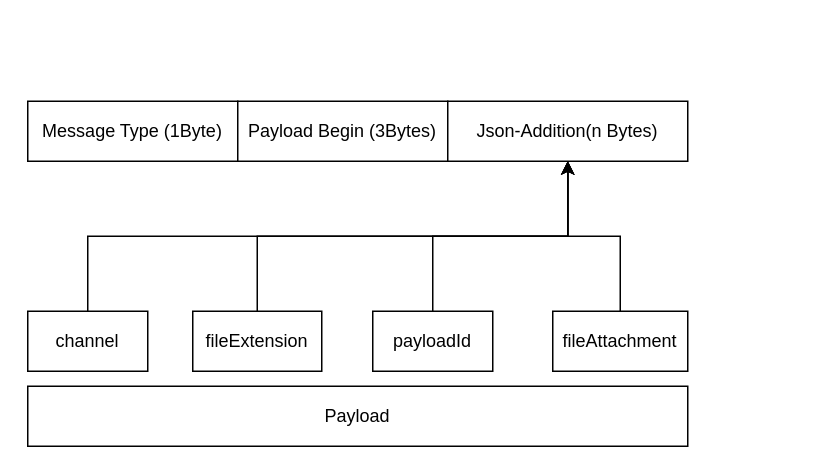
Earlier version of the draw.io diagram Diagramme/NeConMessage.drawio (zettime/Nearfly-Android). Source tidied: cells renumbered, new cells numbered last; positions are measured from the earlier drawing's top-left corner, leaving out a move shared by most shapes. Both pictures are drawn from the tidied source at 150%, with x=0, y=0 at pixel (27, 100).
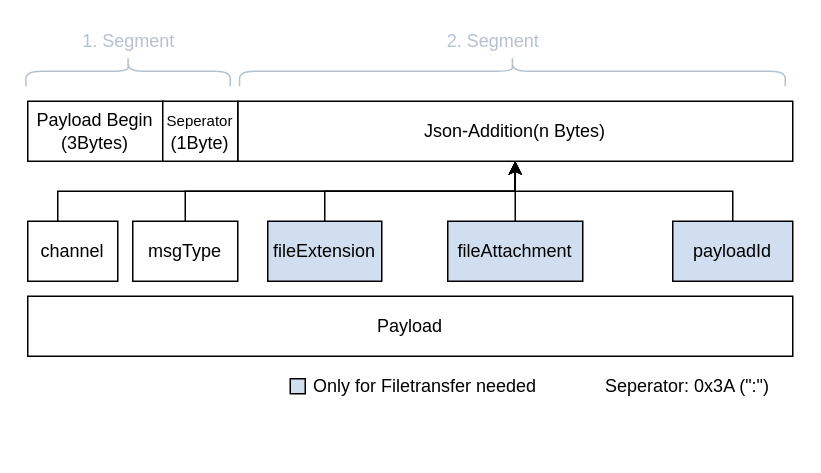
Above is the later version.

What changed in the source:
```diff
@@
     <mxCell id="2" style="edgeStyle=orthogonalEdgeStyle;rounded=0;orthogonalLoop=1;jettySize=auto;html=1;exitX=0.5;exitY=1;exitDx=0;exitDy=0;strokeColor=#000000;" parent="1" edge="1">
       <mxGeometry relative="1" as="geometry">
-        <mxPoint x="214" y="140" as="sourcePoint" />
-        <mxPoint x="214" y="140" as="targetPoint" />
+        <mxPoint x="214" y="80" as="sourcePoint" />
+        <mxPoint x="214" y="80" as="targetPoint" />
       </mxGeometry>
     </mxCell>
-    <mxCell id="3" value="Message Type (1Byte)" style="rounded=0;whiteSpace=wrap;html=1;strokeColor=#000000;" parent="1" vertex="1">
-      <mxGeometry width="140" height="40" as="geometry" />
-    </mxCell>
     <mxCell id="4" value="Payload Begin (3Bytes)" style="rounded=0;whiteSpace=wrap;html=1;strokeColor=#000000;" parent="1" vertex="1">
-      <mxGeometry x="140" width="140" height="40" as="geometry" />
+      <mxGeometry width="90" height="40" as="geometry" />
     </mxCell>
     <mxCell id="5" value="Json-Addition(n Bytes)" style="rounded=0;whiteSpace=wrap;html=1;strokeColor=#000000;" parent="1" vertex="1">
-      <mxGeometry x="280" width="160" height="40" as="geometry" />
+      <mxGeometry x="140" width="370" height="40" as="geometry" />
     </mxCell>
     <mxCell id="6" value="Payload" style="rounded=0;whiteSpace=wrap;html=1;strokeColor=#000000;" parent="1" vertex="1">
-      <mxGeometry y="190" width="440" height="40" as="geometry" />
+      <mxGeometry y="130" width="510" height="40" as="geometry" />
     </mxCell>
     <mxCell id="7" style="edgeStyle=orthogonalEdgeStyle;rounded=0;jettySize=auto;html=1;" parent="1" edge="1" source="8" target="5">
       <mxGeometry relative="1" as="geometry">
         <Array as="points">
-          <mxPoint x="40" y="90" />
-          <mxPoint x="360" y="90" />
+          <mxPoint x="20" y="60" />
+          <mxPoint x="325" y="60" />
         </Array>
       </mxGeometry>
     </mxCell>
     <mxCell id="8" value="channel" style="rounded=0;whiteSpace=wrap;html=1;strokeColor=#000000;fillColor=#FFFFFF;" parent="1" vertex="1">
-      <mxGeometry y="140" width="80" height="40" as="geometry" />
+      <mxGeometry y="80" width="60" height="40" as="geometry" />
     </mxCell>
-    <mxCell id="9" style="edgeStyle=orthogonalEdgeStyle;rounded=0;jettySize=auto;html=1;" parent="1" edge="1" source="10" target="5">
-      <mxGeometry relative="1" as="geometry">
-        <Array as="points">
-          <mxPoint x="153" y="90" />
-          <mxPoint x="360" y="90" />
-        </Array>
-      </mxGeometry>
+    <mxCell id="9" style="edgeStyle=orthogonalEdgeStyle;rounded=0;jettySize=auto;html=1;entryX=0.5;entryY=1;entryDx=0;entryDy=0;" parent="1" edge="1" source="10" target="5">
+      <mxGeometry relative="1" as="geometry" />
     </mxCell>
-    <mxCell id="10" value="fileExtension" style="rounded=0;whiteSpace=wrap;html=1;strokeColor=#000000;fillColor=#FFFFFF;" parent="1" vertex="1">
-      <mxGeometry x="110" y="140" width="86" height="40" as="geometry" />
+    <mxCell id="10" value="fileExtension" style="rounded=0;whiteSpace=wrap;html=1;strokeColor=#000000;fillColor=#D0DEF0;" parent="1" vertex="1">
+      <mxGeometry x="160" y="80" width="76" height="40" as="geometry" />
     </mxCell>
+    <mxCell id="13" style="edgeStyle=orthogonalEdgeStyle;rounded=0;jettySize=auto;html=1;entryX=0.5;entryY=1;entryDx=0;entryDy=0;" parent="1" edge="1" source="14" target="5">
+      <mxGeometry relative="1" as="geometry" />
+    </mxCell>
+    <mxCell id="14" value="fileAttachment" style="rounded=0;whiteSpace=wrap;html=1;strokeColor=#000000;fillColor=#D0DEF0;" parent="1" vertex="1">
+      <mxGeometry x="280" y="80" width="90" height="40" as="geometry" />
+    </mxCell>
+    <mxCell id="15" style="shape=curlyBracket;whiteSpace=wrap;html=1;rounded=1;rotation=90;fillColor=none;strokeColor=#B5C1D1;" parent="1" vertex="1">
+      <mxGeometry x="313.1" y="-201.9" width="20" height="363.8" as="geometry" />
+    </mxCell>
+    <mxCell id="16" style="shape=curlyBracket;whiteSpace=wrap;html=1;rounded=1;rotation=90;fillColor=none;strokeColor=#B5C1D1;" parent="1" vertex="1">
+      <mxGeometry x="56.9" y="-88.1" width="20" height="136.2" as="geometry" />
+    </mxCell>
+    <mxCell id="17" value="1. Segment" style="text;html=1;align=center;verticalAlign=middle;fontColor=#B5C1D1;" parent="1" vertex="1">
+      <mxGeometry x="26.9" y="-50" width="80" height="20" as="geometry" />
+    </mxCell>
+    <mxCell id="18" value="&lt;span style=&quot;font-family: &amp;#34;helvetica&amp;#34; ; font-size: 12px ; font-style: normal ; font-weight: 400 ; letter-spacing: normal ; text-align: center ; text-indent: 0px ; text-transform: none ; word-spacing: 0px ; float: none ; display: inline ; background-color: rgb(255 , 255 , 255)&quot;&gt;2. Segment&lt;/span&gt;" style="text;html=1;align=center;verticalAlign=middle;fontColor=#B5C1D1;" parent="1" vertex="1">
+      <mxGeometry x="270" y="-50" width="80" height="20" as="geometry" />
+    </mxCell>
+    <mxCell id="19" value="&lt;font style=&quot;font-size: 10px&quot;&gt;Seperator&lt;/font&gt;&lt;br&gt;(1Byte)" style="rounded=0;whiteSpace=wrap;html=1;strokeColor=#000000;" parent="1" vertex="1">
+      <mxGeometry x="90" width="50" height="40" as="geometry" />
+    </mxCell>
+    <mxCell id="20" value="Seperator: 0x3A (&quot;:&quot;)" style="text;html=1;strokeColor=none;fillColor=none;align=center;verticalAlign=middle;whiteSpace=wrap;rounded=0;" parent="1" vertex="1">
+      <mxGeometry x="370" y="180" width="140" height="20" as="geometry" />
+    </mxCell>
-    <mxCell id="11" style="edgeStyle=orthogonalEdgeStyle;rounded=0;jettySize=auto;html=1;strokeColor=#000000;" parent="1" edge="1" source="12" target="5">
+    <mxCell id="11" style="edgeStyle=orthogonalEdgeStyle;rounded=0;jettySize=auto;html=1;" parent="1" edge="1" source="12" target="5">
       <mxGeometry relative="1" as="geometry" />
     </mxCell>
-    <mxCell id="12" value="payloadId" style="rounded=0;whiteSpace=wrap;html=1;strokeColor=#000000;fillColor=#FFFFFF;" parent="1" vertex="1">
-      <mxGeometry x="230" y="140" width="80" height="40" as="geometry" />
+    <mxCell id="12" value="payloadId" style="rounded=0;whiteSpace=wrap;html=1;strokeColor=#000000;fillColor=#D0DEF0;" parent="1" vertex="1">
+      <mxGeometry x="430" y="80" width="80" height="40" as="geometry" />
     </mxCell>
-    <mxCell id="13" style="edgeStyle=orthogonalEdgeStyle;rounded=0;jettySize=auto;html=1;entryX=0.5;entryY=1;entryDx=0;entryDy=0;strokeColor=#000000;" parent="1" edge="1" source="14" target="5">
-      <mxGeometry relative="1" as="geometry" />
-    </mxCell>
-    <mxCell id="14" value="fileAttachment" style="rounded=0;whiteSpace=wrap;html=1;strokeColor=#000000;fillColor=#FFFFFF;" parent="1" vertex="1">
-      <mxGeometry x="350" y="140" width="90" height="40" as="geometry" />
-    </mxCell>
+    <mxCell id="21" style="rounded=0;whiteSpace=wrap;html=1;fillColor=#D0DEF0;" parent="1" vertex="1">
+      <mxGeometry x="175" y="185" width="10" height="10" as="geometry" />
+    </mxCell>
+    <mxCell id="22" value="Only for Filetransfer needed" style="text;html=1;strokeColor=none;fillColor=none;align=center;verticalAlign=middle;whiteSpace=wrap;rounded=0;" parent="1" vertex="1">
+      <mxGeometry x="180" y="180" width="170" height="20" as="geometry" />
+    </mxCell>
+    <mxCell id="23" style="edgeStyle=orthogonalEdgeStyle;rounded=0;jettySize=auto;html=1;" parent="1" edge="1" source="24" target="5">
+      <mxGeometry relative="1" as="geometry" />
+    </mxCell>
+    <mxCell id="24" value="msgType" style="rounded=0;whiteSpace=wrap;html=1;strokeColor=#000000;fillColor=#FFFFFF;" parent="1" vertex="1">
+      <mxGeometry x="70" y="80" width="70" height="40" as="geometry" />
+    </mxCell>
```
